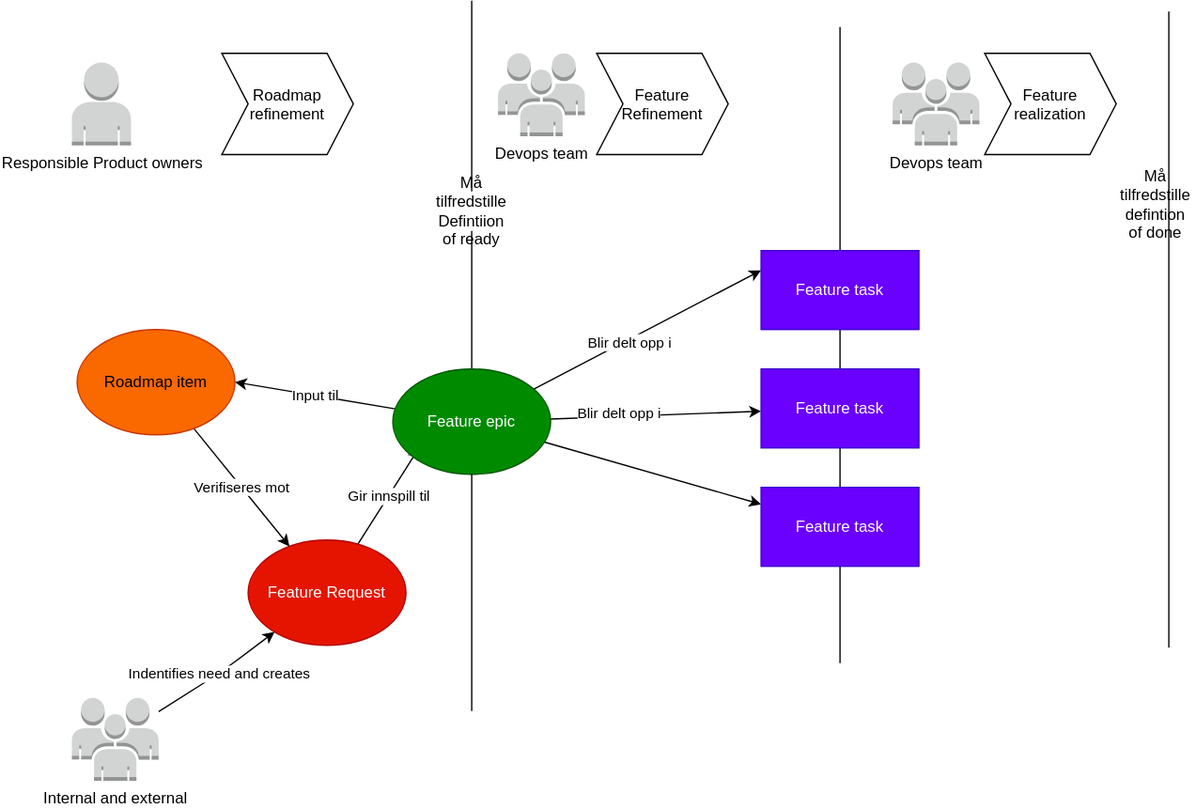
Before: content/community/devops/roadmapprocess/roadmapprocess.drawio.svg, a diagram exported from draw.io (Altinn/altinn-studio-docs). Source tidied: cells renumbered, new cells last; positions are measured from the earlier drawing's top-left corner, leaving out a move shared by most shapes.
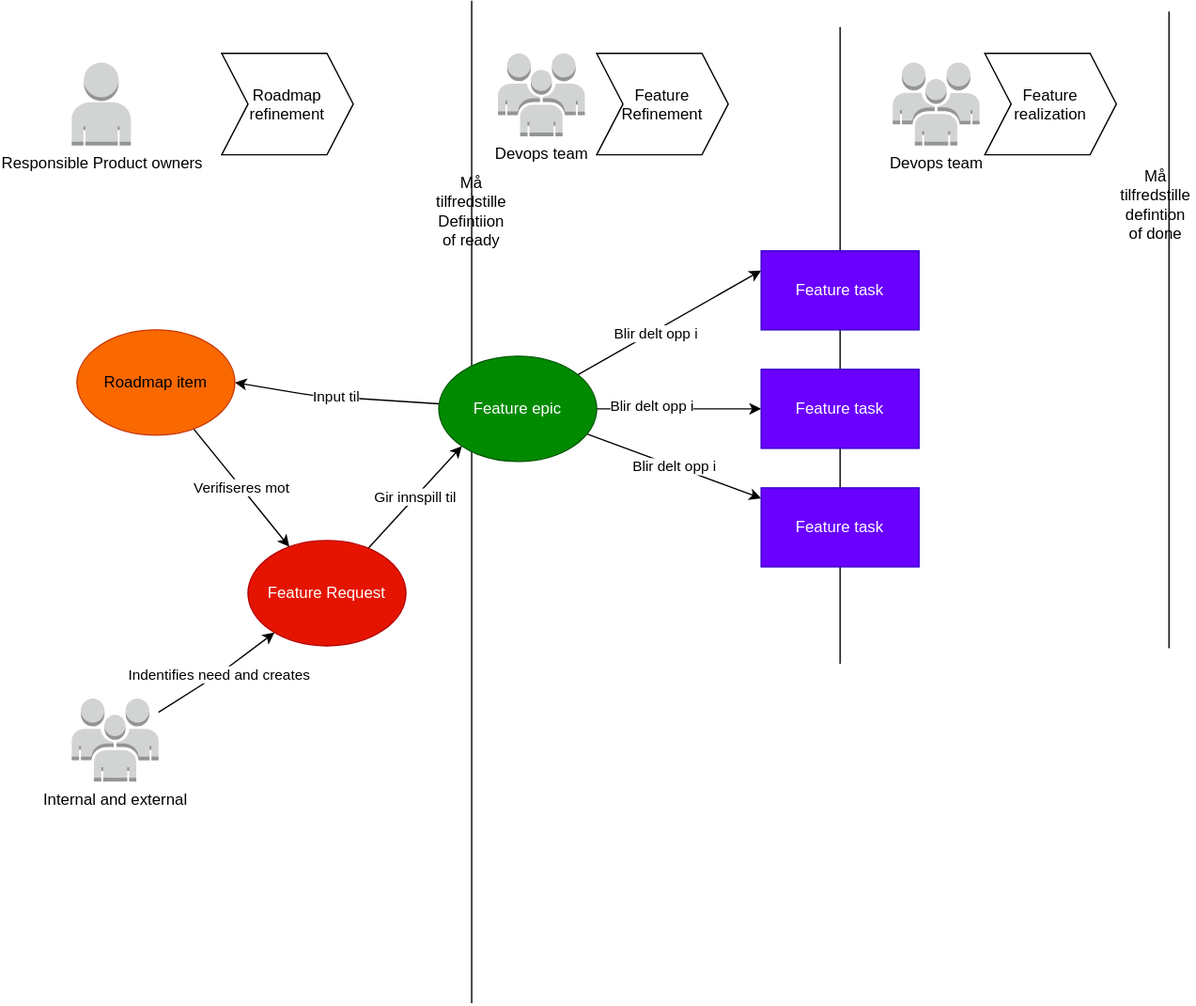
After the change.

The edit, as a diff of the source:
```diff
@@ -2,8 +2,9 @@
   <root>
     <mxCell id="0" />
     <mxCell id="1" parent="0" />
-    <mxCell id="2" style="endArrow=none;html=1;startArrow=none;" parent="1" edge="1" source="23">
+    <mxCell id="2" style="endArrow=none;html=1;startArrow=none;" parent="1" edge="1">
       <mxGeometry relative="1" as="geometry">
+        <mxPoint x="304" y="761.4" as="sourcePoint" />
         <mxPoint x="304" as="targetPoint" />
       </mxGeometry>
     </mxCell>
@@ -22,10 +23,8 @@
     <mxCell id="6" value="Roadmap &#10;refinement" style="shape=step;perimeter=stepPerimeter;fixedSize=1;" parent="1" vertex="1">
       <mxGeometry x="114" y="40" width="100" height="77" as="geometry" />
     </mxCell>
-    <mxCell id="7" value="Gir innspill til" style="edgeStyle=none;html=1;" parent="1" edge="1" source="8">
-      <mxGeometry relative="1" as="geometry">
-        <mxPoint x="264" y="340" as="targetPoint" />
-      </mxGeometry>
+    <mxCell id="7" value="Gir innspill til" style="edgeStyle=none;html=1;entryX=0;entryY=1;entryDx=0;entryDy=0;" parent="1" edge="1" source="8" target="27">
+      <mxGeometry relative="1" as="geometry" />
     </mxCell>
     <mxCell id="8" value="Feature Request" style="ellipse;whiteSpace=wrap;html=1;fillColor=#e51400;fontColor=#ffffff;strokeColor=#B20000;" parent="1" vertex="1">
       <mxGeometry x="134" y="410" width="120" height="80" as="geometry" />
@@ -64,7 +63,7 @@
     <mxCell id="18" value="Blir delt opp i" style="edgeLabel;html=1;align=center;verticalAlign=middle;" parent="17" vertex="1">
       <mxGeometry x="-0.35" y="3" relative="1" as="geometry" />
     </mxCell>
-    <mxCell id="19" style="edgeStyle=none;html=1;" parent="1" edge="1" source="27" target="21">
+    <mxCell id="19" value="Blir delt opp i" style="edgeStyle=none;html=1;" parent="1" edge="1" source="27" target="21">
       <mxGeometry relative="1" as="geometry" />
     </mxCell>
     <mxCell id="20" value="Feature task" style="rounded=0;whiteSpace=wrap;html=1;fillColor=#6a00ff;fontColor=#ffffff;strokeColor=#3700CC;" parent="1" vertex="1">
@@ -79,9 +78,6 @@
     <mxCell id="23" value="Må tilfredstille Defintiion of ready" style="text;html=1;strokeColor=none;fillColor=none;align=center;verticalAlign=middle;whiteSpace=wrap;rounded=0;" parent="1" vertex="1">
       <mxGeometry x="274" y="145" width="60" height="30" as="geometry" />
     </mxCell>
-    <mxCell id="24" style="endArrow=none;html=1;startArrow=none;" parent="1" edge="1" source="27" target="23">
-      <mxGeometry relative="1" as="geometry" />
-    </mxCell>
     <mxCell id="25" style="endArrow=none;html=1;" parent="1" edge="1">
       <mxGeometry relative="1" as="geometry">
         <mxPoint x="834" y="491.8" as="sourcePoint" />
@@ -92,13 +88,8 @@
       <mxGeometry x="794" y="140" width="60" height="30" as="geometry" />
     </mxCell>
     <mxCell id="27" value="Feature epic" style="ellipse;whiteSpace=wrap;html=1;fillColor=#008a00;fontColor=#ffffff;strokeColor=#005700;" parent="1" vertex="1">
-      <mxGeometry x="244" y="280" width="120" height="80" as="geometry" />
+      <mxGeometry x="279" y="270" width="120" height="80" as="geometry" />
     </mxCell>
-    <mxCell id="28" style="endArrow=none;html=1;" parent="1" edge="1" target="27">
-      <mxGeometry relative="1" as="geometry">
-        <mxPoint x="304" y="540" as="sourcePoint" />
-      </mxGeometry>
-    </mxCell>
     <mxCell id="29" value="Indentifies need and creates" style="edgeStyle=none;html=1;" parent="1" edge="1" source="30" target="8">
       <mxGeometry relative="1" as="geometry">
         <Array as="points">
```
